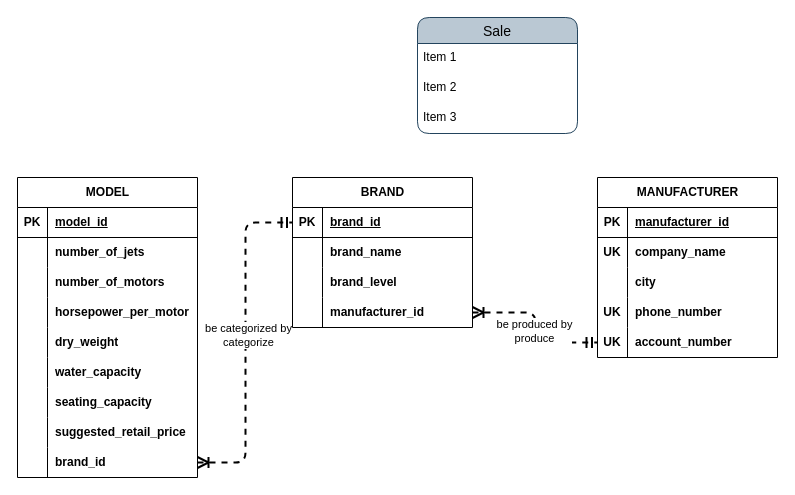
Earlier version of the draw.io diagram relational-database-design/c3/P0303.drawio (qichendev/assignments). Source tidied: cells renumbered, new cells numbered last; positions are measured from the earlier drawing's top-left corner, leaving out a move shared by most shapes. Both pictures are drawn from the tidied source at 100%, with x=0, y=0 at pixel (17, 17).
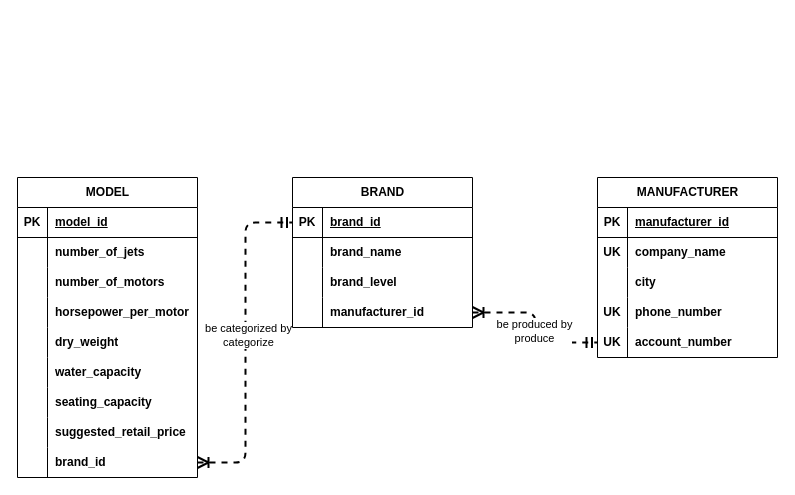
Above is the later version.

Diff of the diagram source:
```diff
@@
-    <mxCell id="63" value="Sale" style="swimlane;fontStyle=0;horizontal=1;startSize=26;align=center;fontSize=14;rounded=1;fillColor=#bac8d3;strokeColor=#23445d;" parent="1" vertex="1">
-      <mxGeometry x="400" width="160" height="116" as="geometry" />
-    </mxCell>
-    <mxCell id="64" value="Item 1" style="text;spacingLeft=4;spacingRight=4;overflow=hidden;fontSize=12;whiteSpace=wrap;html=1;" parent="63" vertex="1">
-      <mxGeometry y="26" width="160" height="30" as="geometry" />
-    </mxCell>
-    <mxCell id="65" value="Item 2" style="text;strokeColor=none;fillColor=none;spacingLeft=4;spacingRight=4;overflow=hidden;fontSize=12;whiteSpace=wrap;html=1;" parent="63" vertex="1">
-      <mxGeometry y="56" width="160" height="30" as="geometry" />
-    </mxCell>
-    <mxCell id="66" value="Item 3" style="text;strokeColor=none;fillColor=none;spacingLeft=4;spacingRight=4;overflow=hidden;fontSize=12;whiteSpace=wrap;html=1;" parent="63" vertex="1">
-      <mxGeometry y="86" width="160" height="30" as="geometry" />
-    </mxCell>
```
